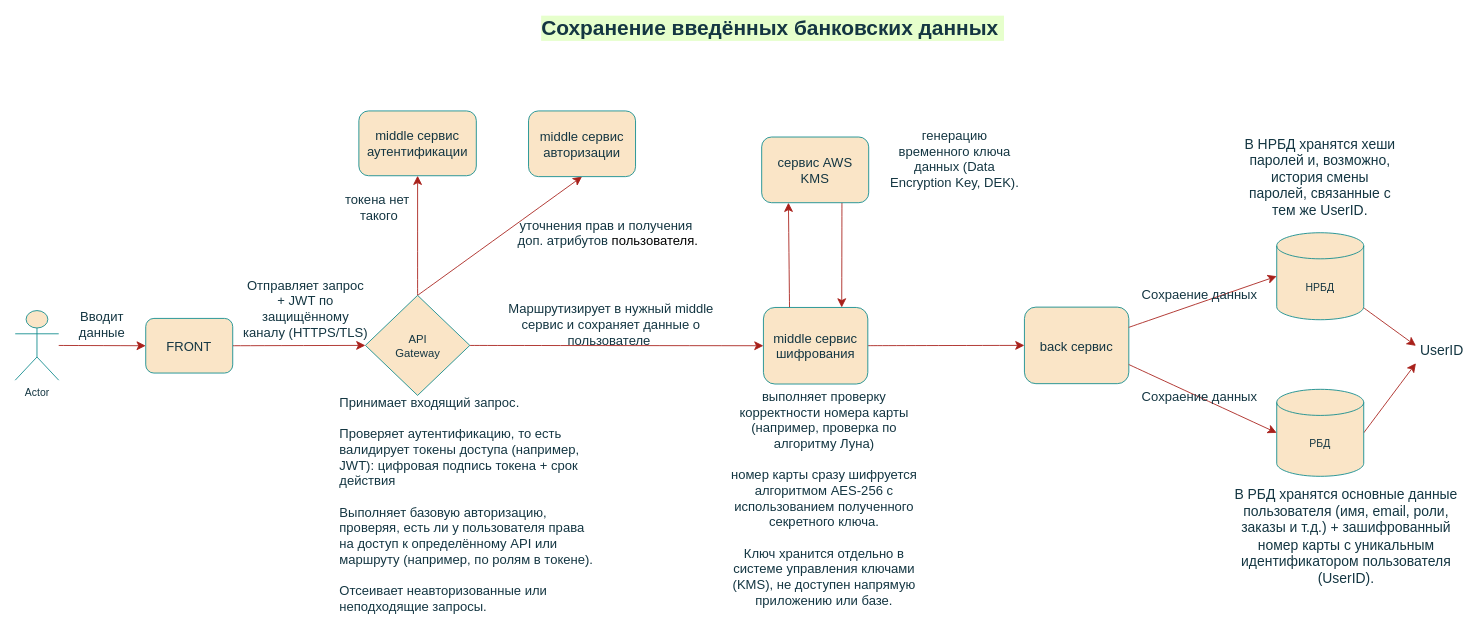
Earlier version of the draw.io diagram Диаграмма без названия.drawio (Stasuma/BSAProjects). Source tidied: cells renumbered, new cells numbered last; positions are measured from the earlier drawing's top-left corner, leaving out a move shared by most shapes. Both pictures are drawn from the tidied source at 87%, with x=0, y=0 at pixel (15, 15).
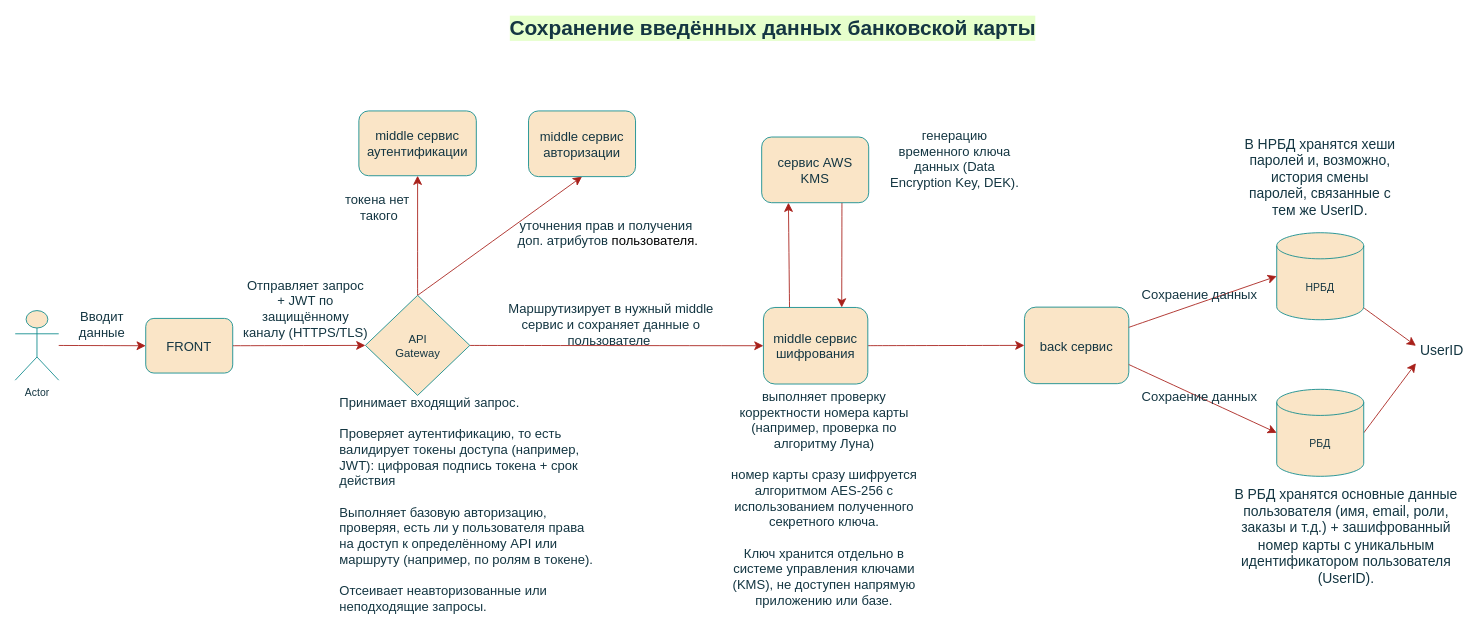
After the change.

Commit message:
Сохранение введённых данных банковской карты.drawio

Change to the diagram source:
```diff
@@
-    <mxCell id="6" value="Сохранение введённых банковских данных&amp;nbsp;" style="text;html=1;whiteSpace=wrap;strokeColor=none;fillColor=none;align=center;verticalAlign=middle;rounded=0;fontSize=24;fontColor=#143642;labelBackgroundColor=#E6FFCC;fontStyle=1;" parent="1" vertex="1">
+    <mxCell id="6" value="Сохранение введённых данных банковской карты" style="text;html=1;whiteSpace=wrap;strokeColor=none;fillColor=none;align=center;verticalAlign=middle;rounded=0;fontSize=24;fontColor=#143642;labelBackgroundColor=#E6FFCC;fontStyle=1;" parent="1" vertex="1">
       <mxGeometry x="541" width="660" height="30" as="geometry" />
     </mxCell>
```
